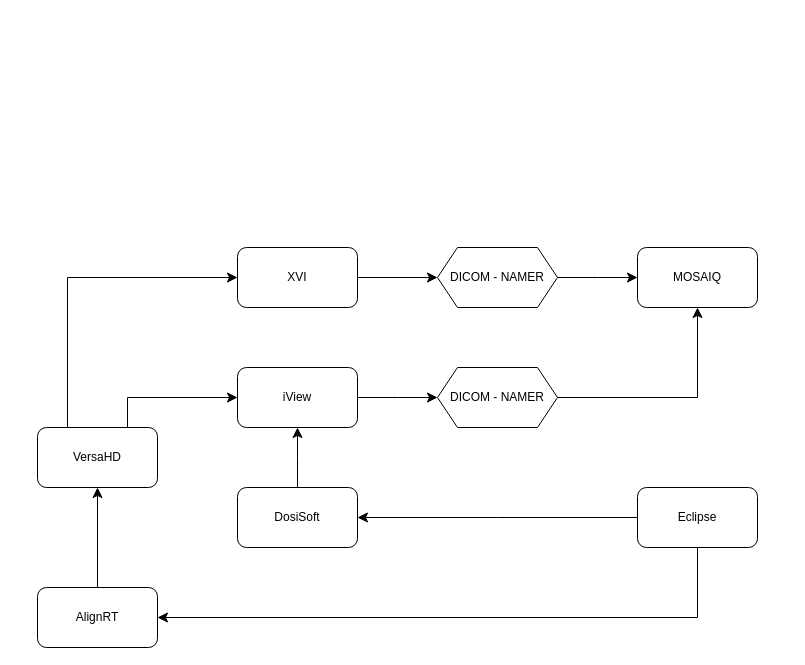
This is page "Page-1" (1 of 2) of RAD ONC App Diagram.drawio from roycoutts/UHS, a draw.io file, before an edit. Source tidied: cells renumbered, new cells numbered last; positions are measured from the earlier drawing's top-left corner, leaving out a move shared by most shapes. Both pictures are drawn from the tidied source at 100%, with x=0, y=0 at pixel (37, 247).
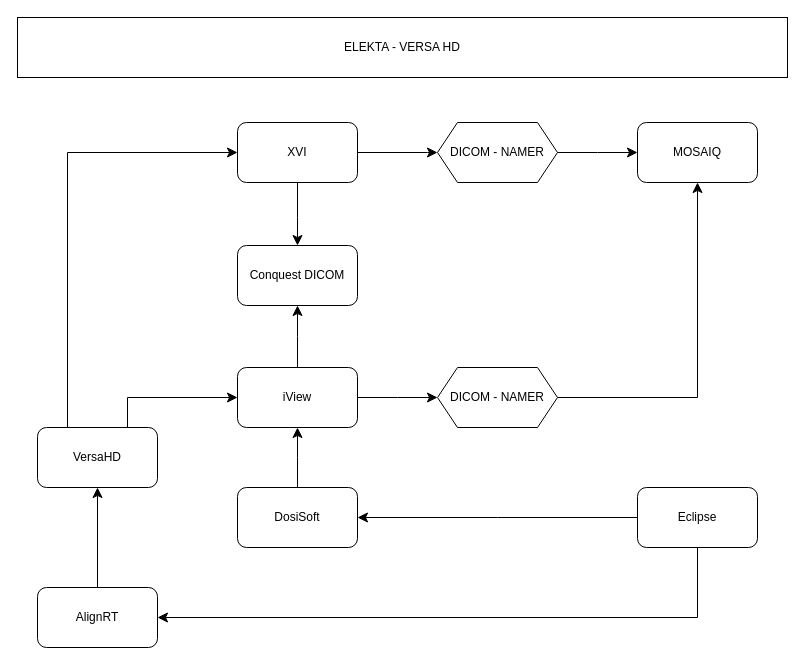
The same diagram, later.

The change refers to these unchanged cells:
```xml
<mxCell id="2" value="iView" style="rounded=1;whiteSpace=wrap;html=1;roundedPerimeter=1;" parent="1" vertex="1">
  <mxGeometry x="200" y="120" width="120" height="60" as="geometry" />
</mxCell>
<mxCell id="3" value="VersaHD" style="rounded=1;whiteSpace=wrap;html=1;roundedPerimeter=1;" parent="1" vertex="1">
  <mxGeometry y="180" width="120" height="60" as="geometry" />
</mxCell>
<mxCell id="17" value="DICOM - NAMER" style="shape=hexagon;perimeter=hexagonPerimeter2;whiteSpace=wrap;html=1;shapeInside=1;fixedSize=1;" parent="1" vertex="1">
  <mxGeometry x="400" y="120" width="120" height="60" as="geometry" />
</mxCell>
```

The edit, as a diff of the source:
```diff
@@
     <mxCell id="4" value="XVI" style="rounded=1;whiteSpace=wrap;html=1;roundedPerimeter=1;" parent="1" vertex="1">
-      <mxGeometry x="200" width="120" height="60" as="geometry" />
+      <mxGeometry x="200" y="-125" width="120" height="60" as="geometry" />
     </mxCell>
@@
     <mxCell id="6" style="edgeStyle=elbowEdgeStyle;elbow=horizontal;endArrow=classic;html=1;curved=0;rounded=0;endSize=8;startSize=8;exitX=0.25;exitY=0;exitDx=0;exitDy=0;entryX=0;entryY=0.5;entryDx=0;entryDy=0;" parent="1" edge="1" source="3" target="4">
       <mxGeometry relative="1" as="geometry">
         <Array as="points">
-          <mxPoint x="30" y="110" />
+          <mxPoint x="30" y="-15" />
         </Array>
       </mxGeometry>
     </mxCell>
@@
     <mxCell id="14" value="MOSAIQ" style="rounded=1;whiteSpace=wrap;html=1;roundedPerimeter=1;" parent="1" vertex="1">
-      <mxGeometry x="600" width="120" height="60" as="geometry" />
+      <mxGeometry x="600" y="-125" width="120" height="60" as="geometry" />
     </mxCell>
     <mxCell id="15" style="edgeStyle=elbowEdgeStyle;elbow=horizontal;endArrow=classic;html=1;curved=0;rounded=0;endSize=8;startSize=8;exitX=1;exitY=0.5;exitDx=0;exitDy=0;entryX=0;entryY=0.5;entryDx=0;entryDy=0;" parent="1" edge="1" source="4" target="19">
       <mxGeometry x="-0.21" relative="1" as="geometry">
         <Array as="points">
-          <mxPoint x="390" y="40" />
+          <mxPoint x="390" y="-85" />
         </Array>
       </mxGeometry>
     </mxCell>
@@
     <mxCell id="18" style="edgeStyle=elbowEdgeStyle;elbow=horizontal;endArrow=classic;html=1;curved=0;rounded=0;endSize=8;startSize=8;exitX=1;exitY=0.5;exitDx=0;exitDy=0;entryX=0.5;entryY=1;entryDx=0;entryDy=0;" parent="1" edge="1" source="17" target="14">
       <mxGeometry x="-0.48" relative="1" as="geometry">
         <Array as="points">
-          <mxPoint x="660" y="100" />
+          <mxPoint x="660" y="-25" />
         </Array>
       </mxGeometry>
     </mxCell>
     <mxCell id="19" value="DICOM - NAMER" style="shape=hexagon;perimeter=hexagonPerimeter2;whiteSpace=wrap;html=1;shapeInside=1;fixedSize=1;" parent="1" vertex="1">
-      <mxGeometry x="400" width="120" height="60" as="geometry" />
+      <mxGeometry x="400" y="-125" width="120" height="60" as="geometry" />
     </mxCell>
     <mxCell id="20" style="edgeStyle=elbowEdgeStyle;elbow=horizontal;endArrow=classic;html=1;curved=0;rounded=0;endSize=8;startSize=8;exitX=1;exitY=0.5;exitDx=0;exitDy=0;entryX=0;entryY=0.5;entryDx=0;entryDy=0;" parent="1" edge="1" source="19" target="14">
       <mxGeometry x="-0.21" relative="1" as="geometry">
         <Array as="points">
-          <mxPoint x="560" y="20" />
+          <mxPoint x="560" y="-105" />
         </Array>
       </mxGeometry>
     </mxCell>
+    <mxCell id="21" value="ELEKTA - VERSA HD" style="rounded=0;whiteSpace=wrap;html=1;" parent="1" vertex="1">
+      <mxGeometry x="-20" y="-230" width="770" height="60" as="geometry" />
+    </mxCell>
+    <mxCell id="22" value="Conquest DICOM" style="rounded=1;whiteSpace=wrap;html=1;roundedPerimeter=1;" parent="1" vertex="1">
+      <mxGeometry x="200" y="-2" width="120" height="60" as="geometry" />
+    </mxCell>
+    <mxCell id="23" style="edgeStyle=elbowEdgeStyle;elbow=horizontal;endArrow=classic;html=1;curved=0;rounded=0;endSize=8;startSize=8;exitX=0.5;exitY=0;exitDx=0;exitDy=0;entryX=0.5;entryY=1;entryDx=0;entryDy=0;" parent="1" edge="1" source="2" target="22">
+      <mxGeometry relative="1" as="geometry" />
+    </mxCell>
+    <mxCell id="24" style="edgeStyle=elbowEdgeStyle;elbow=horizontal;endArrow=classic;html=1;curved=0;rounded=0;endSize=8;startSize=8;exitX=0.5;exitY=1;exitDx=0;exitDy=0;entryX=0.5;entryY=0;entryDx=0;entryDy=0;" parent="1" edge="1" source="4" target="22">
+      <mxGeometry x="-0.55" relative="1" as="geometry">
+        <Array as="points">
+          <mxPoint x="260" y="-30" />
+        </Array>
+      </mxGeometry>
+    </mxCell>
```
